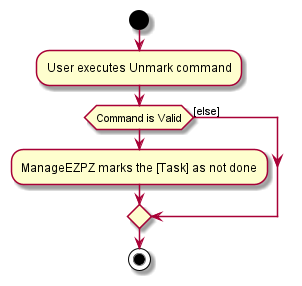
The PlantUML diagram docs/images/UnmarkClassDiagram.png in nus-cs2103-AY2122S2/tp, before a commit. Its diagram source:
```plantuml
@startuml
start
:User executes Unmark command;


if (Command is Valid)
    :ManageEZPZ marks the [Task] as not done;
else ([else])
endif
stop
@enduml
```
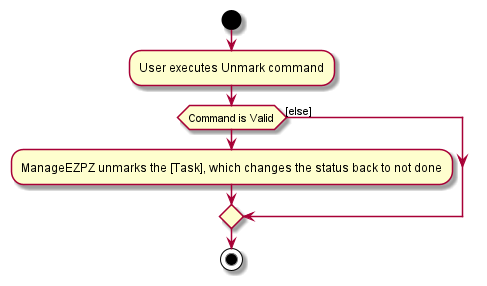
Later version of the same file.

Change to the diagram source:
```diff
@@ -4,7 +4,7 @@
 
 
 if (Command is Valid)
-    :ManageEZPZ marks the [Task] as not done;
+    :ManageEZPZ unmarks the [Task], which changes the status back to not done;
 else ([else])
 endif
 stop
```
